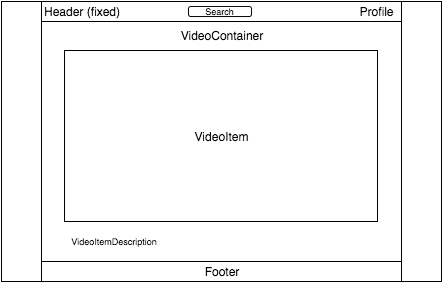
Earlier version of the draw.io export docs/wireframes/Play_view_vanilla_Hulu.png (erhsparks/Hulubaloo). Source tidied: cells renumbered, new cells last; positions are measured from the earlier drawing's top-left corner, leaving out a move shared by most shapes.
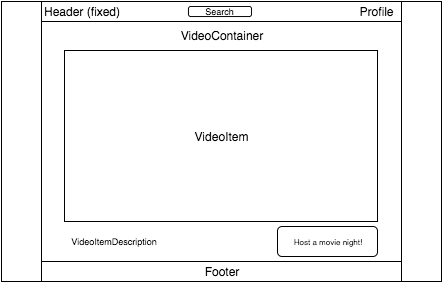
The same file after the commit.

Commit message:
add views for new movie night

Diff of the diagram source:
```diff
@@ -29,5 +29,8 @@
     <mxCell id="10" value="VideoItemDescription" style="text;html=1;strokeColor=none;fillColor=none;align=center;verticalAlign=middle;whiteSpace=wrap;fontSize=9;fontColor=#000000;" parent="1" vertex="1">
       <mxGeometry x="63" y="230" width="100" height="20" as="geometry" />
     </mxCell>
+    <mxCell id="11" value="Host a movie night!" style="rounded=1;whiteSpace=wrap;html=1;shadow=0;labelBackgroundColor=none;strokeColor=#000000;fillColor=#FFFFFF;fontSize=8;fontColor=#000000;align=center;" parent="1" vertex="1">
+      <mxGeometry x="276" y="225" width="100" height="30" as="geometry" />
+    </mxCell>
   </root>
 </mxGraphModel>
```
